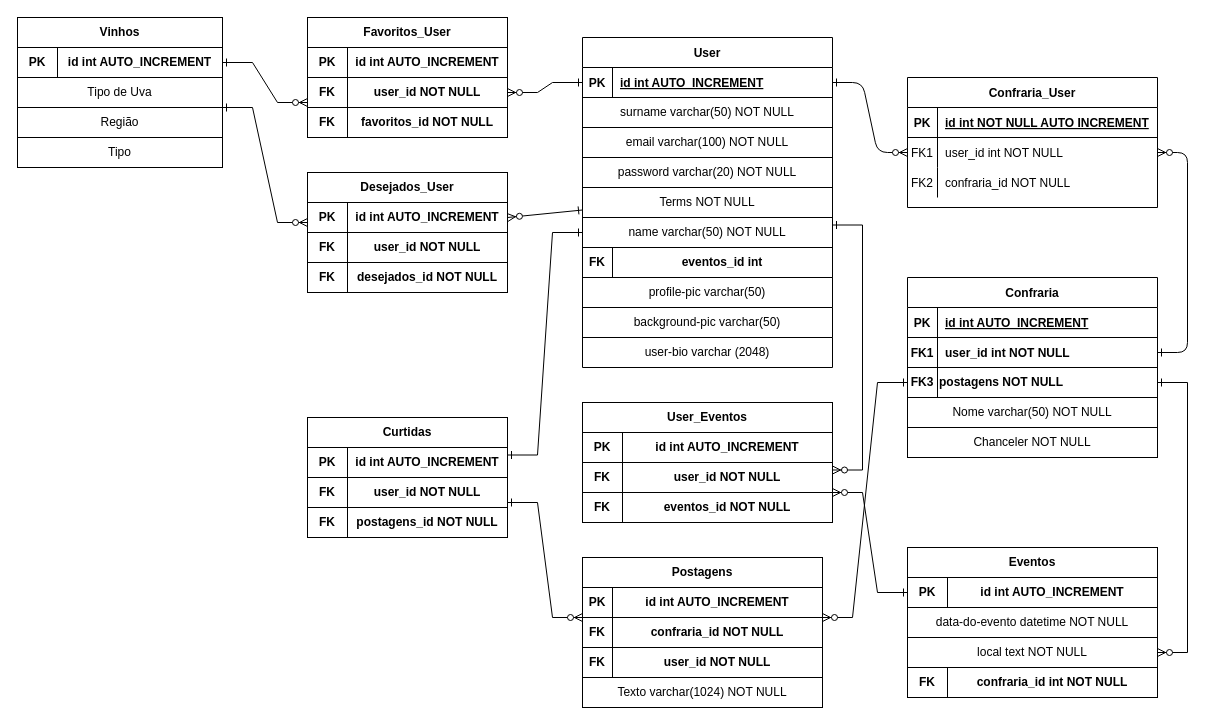
This is ModeloBancoDeDados.drawio from jairocket/projetoIntegrador-Wined, a draw.io file, before an edit. Source tidied: cells renumbered, new cells numbered last; positions are measured from the earlier drawing's top-left corner, leaving out a move shared by most shapes. Both pictures are drawn from the tidied source at 100%, with x=0, y=0 at pixel (17, 17).
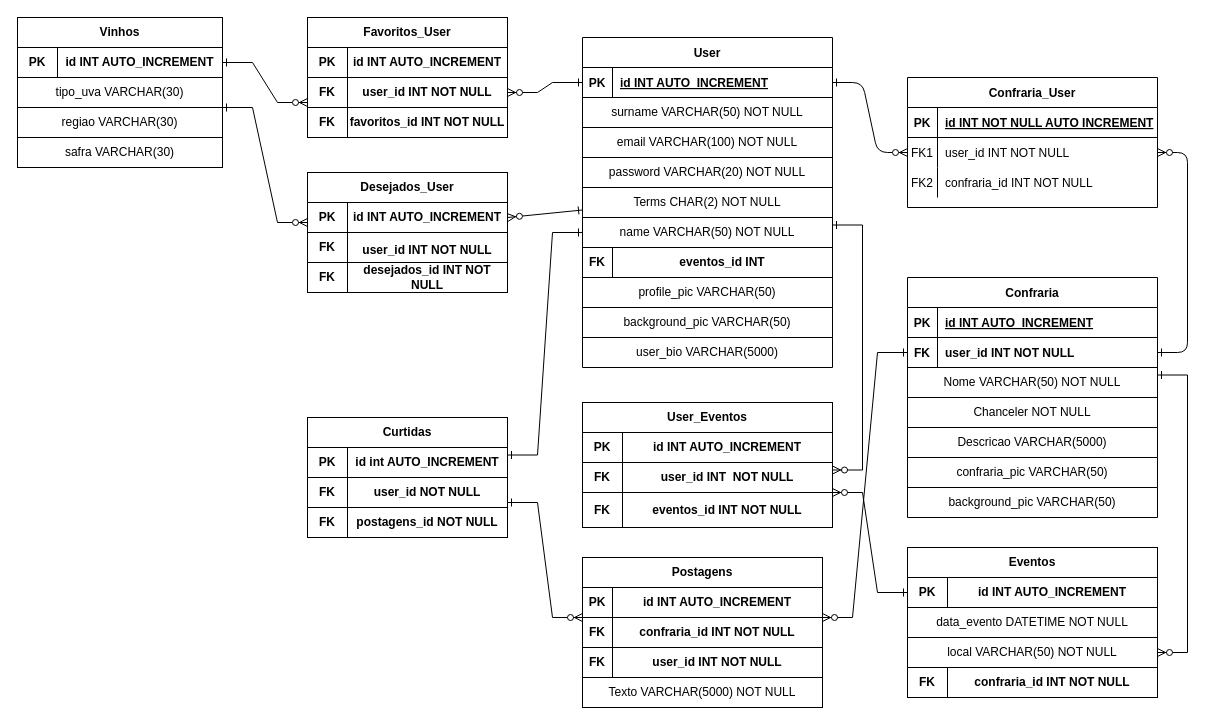
After the change.

The change refers to these unchanged cells:
```xml
<mxCell id="4" style="shape=partialRectangle;fillColor=none;top=0;left=0;right=0;bottom=1;" parent="3" vertex="1">
  <mxGeometry y="30" width="250" height="30" as="geometry" />
</mxCell>
<mxCell id="7" style="shape=partialRectangle;fillColor=none;points=[[0,0.5],[1,0.5]];portConstraint=eastwest;top=0;left=0;right=0;bottom=0;" parent="3" vertex="1">
  <mxGeometry y="60" width="250" height="30" as="geometry" />
</mxCell>
<mxCell id="10" style="shape=partialRectangle;fillColor=none;top=0;left=0;right=0;bottom=0;" parent="3" vertex="1">
  <mxGeometry y="90" width="250" height="30" as="geometry" />
</mxCell>
<mxCell id="14" style="shape=partialRectangle;fillColor=none;top=0;left=0;right=0;bottom=1;" parent="13" vertex="1">
  <mxGeometry y="30" width="250" height="30" as="geometry" />
</mxCell>
<mxCell id="17" style="shape=partialRectangle;fillColor=none;points=[[0,0.5],[1,0.5]];portConstraint=eastwest;top=0;left=0;right=0;bottom=0;" parent="13" vertex="1">
  <mxGeometry y="60" width="250" height="30" as="geometry" />
</mxCell>
<mxCell id="21" style="shape=partialRectangle;fillColor=none;points=[[0,0.5],[1,0.5]];portConstraint=eastwest;top=0;left=0;right=0;bottom=1;" parent="20" vertex="1">
  <mxGeometry y="30" width="250" height="30" as="geometry" />
</mxCell>
<mxCell id="101" style="shape=partialRectangle;html=1;whiteSpace=wrap;fillColor=none;top=0;left=0;bottom=0;right=0;" parent="100" vertex="1">
  <mxGeometry width="250" height="30" as="geometry" />
</mxCell>
<mxCell id="105" style="shape=partialRectangle;html=1;whiteSpace=wrap;fillColor=none;top=0;left=0;bottom=0;right=0;" parent="104" vertex="1">
  <mxGeometry width="250" height="30" as="geometry" />
</mxCell>
<mxCell id="108" style="shape=partialRectangle;html=1;whiteSpace=wrap;fillColor=none;top=0;left=0;bottom=0;right=0;" parent="107" vertex="1">
  <mxGeometry width="250" height="30" as="geometry" />
</mxCell>
```

What changed in the source:
```diff
@@
-    <mxCell id="6" value="id int NOT NULL AUTO INCREMENT " style="shape=partialRectangle;overflow=hidden;fillColor=none;top=0;left=0;bottom=0;right=0;align=left;spacingLeft=6;fontStyle=5;" parent="4" vertex="1">
+    <mxCell id="6" value="id INT NOT NULL AUTO INCREMENT " style="shape=partialRectangle;overflow=hidden;fillColor=none;top=0;left=0;bottom=0;right=0;align=left;spacingLeft=6;fontStyle=5;" parent="4" vertex="1">
       <mxGeometry x="30" width="220" height="30" as="geometry" />
     </mxCell>
@@
-    <mxCell id="9" value="user_id int NOT NULL" style="shape=partialRectangle;overflow=hidden;fillColor=none;top=0;left=0;bottom=0;right=0;align=left;spacingLeft=6;" parent="7" vertex="1">
+    <mxCell id="9" value="user_id INT NOT NULL" style="shape=partialRectangle;overflow=hidden;fillColor=none;top=0;left=0;bottom=0;right=0;align=left;spacingLeft=6;" parent="7" vertex="1">
       <mxGeometry x="30" width="220" height="30" as="geometry" />
     </mxCell>
@@
-    <mxCell id="12" value="confraria_id NOT NULL" style="shape=partialRectangle;overflow=hidden;fillColor=none;top=0;left=0;bottom=0;right=0;align=left;spacingLeft=6;" parent="10" vertex="1">
+    <mxCell id="12" value="confraria_id INT NOT NULL" style="shape=partialRectangle;overflow=hidden;fillColor=none;top=0;left=0;bottom=0;right=0;align=left;spacingLeft=6;" parent="10" vertex="1">
       <mxGeometry x="30" width="220" height="30" as="geometry" />
     </mxCell>
@@
-    <mxCell id="16" value="id int AUTO_INCREMENT " style="shape=partialRectangle;overflow=hidden;fillColor=none;top=0;left=0;bottom=0;right=0;align=left;spacingLeft=6;fontStyle=5;" parent="14" vertex="1">
+    <mxCell id="16" value="id INT AUTO_INCREMENT " style="shape=partialRectangle;overflow=hidden;fillColor=none;top=0;left=0;bottom=0;right=0;align=left;spacingLeft=6;fontStyle=5;" parent="14" vertex="1">
       <mxGeometry x="30" width="220" height="30" as="geometry" />
     </mxCell>
@@
-    <mxCell id="18" value="FK1" style="shape=partialRectangle;overflow=hidden;fillColor=none;top=0;left=0;bottom=0;right=0;fontStyle=1;" parent="17" vertex="1">
+    <mxCell id="18" value="FK" style="shape=partialRectangle;overflow=hidden;fillColor=none;top=0;left=0;bottom=0;right=0;fontStyle=1;" parent="17" vertex="1">
       <mxGeometry width="30" height="30" as="geometry" />
     </mxCell>
-    <mxCell id="19" value="user_id int NOT NULL" style="shape=partialRectangle;overflow=hidden;fillColor=none;top=0;left=0;bottom=0;right=0;align=left;spacingLeft=6;fontStyle=1;" parent="17" vertex="1">
+    <mxCell id="19" value="user_id INT NOT NULL" style="shape=partialRectangle;overflow=hidden;fillColor=none;top=0;left=0;bottom=0;right=0;align=left;spacingLeft=6;fontStyle=1;" parent="17" vertex="1">
       <mxGeometry x="30" width="220" height="30" as="geometry" />
     </mxCell>
@@
-    <mxCell id="23" value="id int AUTO_INCREMENT " style="shape=partialRectangle;overflow=hidden;fillColor=none;top=0;left=0;bottom=0;right=0;align=left;spacingLeft=6;fontStyle=5;" parent="21" vertex="1">
+    <mxCell id="23" value="id INT AUTO_INCREMENT " style="shape=partialRectangle;overflow=hidden;fillColor=none;top=0;left=0;bottom=0;right=0;align=left;spacingLeft=6;fontStyle=5;" parent="21" vertex="1">
       <mxGeometry x="30" width="220" height="30" as="geometry" />
     </mxCell>
@@
-    <mxCell id="28" value="surname varchar(50) NOT NULL" style="rounded=0;whiteSpace=wrap;html=1;" parent="1" vertex="1">
+    <mxCell id="28" value="surname VARCHAR(50) NOT NULL" style="rounded=0;whiteSpace=wrap;html=1;" parent="1" vertex="1">
       <mxGeometry x="565" y="80" width="250" height="30" as="geometry" />
     </mxCell>
-    <mxCell id="29" value="email varchar(100) NOT NULL" style="rounded=0;whiteSpace=wrap;html=1;" parent="1" vertex="1">
+    <mxCell id="29" value="email VARCHAR(100) NOT NULL" style="rounded=0;whiteSpace=wrap;html=1;" parent="1" vertex="1">
       <mxGeometry x="565" y="110" width="250" height="30" as="geometry" />
     </mxCell>
-    <mxCell id="30" value="password varchar(20) NOT NULL" style="rounded=0;whiteSpace=wrap;html=1;" parent="1" vertex="1">
+    <mxCell id="30" value="password VARCHAR(20) NOT NULL" style="rounded=0;whiteSpace=wrap;html=1;" parent="1" vertex="1">
       <mxGeometry x="565" y="140" width="250" height="30" as="geometry" />
     </mxCell>
-    <mxCell id="31" value="Terms NOT NULL" style="rounded=0;whiteSpace=wrap;html=1;" parent="1" vertex="1">
+    <mxCell id="31" value="Terms CHAR(2) NOT NULL" style="rounded=0;whiteSpace=wrap;html=1;" parent="1" vertex="1">
       <mxGeometry x="565" y="170" width="250" height="30" as="geometry" />
     </mxCell>
-    <mxCell id="32" value="&lt;div align=&quot;left&quot;&gt;&lt;b&gt;postagens NOT NULL&lt;/b&gt;&lt;/div&gt;" style="rounded=0;whiteSpace=wrap;html=1;align=left;" parent="1" vertex="1">
-      <mxGeometry x="920" y="350" width="220" height="30" as="geometry" />
-    </mxCell>
@@
-    <mxCell id="35" value="&lt;b&gt;id int AUTO_INCREMENT&lt;/b&gt;" style="rounded=0;whiteSpace=wrap;html=1;" parent="1" vertex="1">
+    <mxCell id="35" value="&lt;b&gt;id INT AUTO_INCREMENT&lt;/b&gt;" style="rounded=0;whiteSpace=wrap;html=1;" parent="1" vertex="1">
       <mxGeometry x="930" y="560" width="210" height="30" as="geometry" />
     </mxCell>
-    <mxCell id="36" value="data-do-evento datetime NOT NULL" style="rounded=0;whiteSpace=wrap;html=1;" parent="1" vertex="1">
+    <mxCell id="36" value="data_evento DATETIME NOT NULL" style="rounded=0;whiteSpace=wrap;html=1;" parent="1" vertex="1">
       <mxGeometry x="890" y="590" width="250" height="30" as="geometry" />
     </mxCell>
-    <mxCell id="37" value="local text NOT NULL" style="rounded=0;whiteSpace=wrap;html=1;" parent="1" vertex="1">
+    <mxCell id="37" value="local VARCHAR(50) NOT NULL" style="rounded=0;whiteSpace=wrap;html=1;" parent="1" vertex="1">
       <mxGeometry x="890" y="620" width="250" height="30" as="geometry" />
     </mxCell>
-    <mxCell id="38" value="&lt;b&gt;confraria_id int NOT NULL&lt;/b&gt;" style="rounded=0;whiteSpace=wrap;html=1;" parent="1" vertex="1">
+    <mxCell id="38" value="&lt;b&gt;confraria_id INT NOT NULL&lt;/b&gt;" style="rounded=0;whiteSpace=wrap;html=1;" parent="1" vertex="1">
       <mxGeometry x="930" y="650" width="210" height="30" as="geometry" />
     </mxCell>
@@
-    <mxCell id="42" value="&lt;b&gt;id int AUTO_INCREMENT &lt;/b&gt;" style="rounded=0;whiteSpace=wrap;html=1;" parent="1" vertex="1">
+    <mxCell id="42" value="&lt;b&gt;id INT AUTO_INCREMENT &lt;/b&gt;" style="rounded=0;whiteSpace=wrap;html=1;" parent="1" vertex="1">
       <mxGeometry x="40" y="30" width="165" height="30" as="geometry" />
     </mxCell>
-    <mxCell id="43" value="name varchar(50) NOT NULL" style="rounded=0;whiteSpace=wrap;html=1;" parent="1" vertex="1">
+    <mxCell id="43" value="name VARCHAR(50) NOT NULL" style="rounded=0;whiteSpace=wrap;html=1;" parent="1" vertex="1">
       <mxGeometry x="565" y="200" width="250" height="30" as="geometry" />
     </mxCell>
@@
-    <mxCell id="45" style="rounded=0;whiteSpace=wrap;html=1;" parent="1" vertex="1">
-      <mxGeometry x="890" y="350" width="30" height="30" as="geometry" />
-    </mxCell>
@@
-    <mxCell id="47" value="&lt;b&gt;id int AUTO_INCREMENT&lt;/b&gt;" style="rounded=0;whiteSpace=wrap;html=1;" parent="1" vertex="1">
+    <mxCell id="47" value="&lt;b&gt;id INT AUTO_INCREMENT&lt;/b&gt;" style="rounded=0;whiteSpace=wrap;html=1;" parent="1" vertex="1">
       <mxGeometry x="595" y="570" width="210" height="30" as="geometry" />
     </mxCell>
@@
-    <mxCell id="49" value="&lt;b&gt;user_id NOT NULL&lt;/b&gt;" style="rounded=0;whiteSpace=wrap;html=1;" parent="1" vertex="1">
+    <mxCell id="49" value="&lt;b&gt;user_id INT NOT NULL&lt;/b&gt;" style="rounded=0;whiteSpace=wrap;html=1;" parent="1" vertex="1">
       <mxGeometry x="595" y="630" width="210" height="30" as="geometry" />
     </mxCell>
@@
-    <mxCell id="51" value="&lt;b&gt;confraria_id NOT NULL&lt;/b&gt;" style="rounded=0;whiteSpace=wrap;html=1;" parent="1" vertex="1">
+    <mxCell id="51" value="&lt;b&gt;confraria_id INT NOT NULL&lt;/b&gt;" style="rounded=0;whiteSpace=wrap;html=1;" parent="1" vertex="1">
       <mxGeometry x="595" y="600" width="210" height="30" as="geometry" />
     </mxCell>
@@
-    <mxCell id="53" value="Texto varchar(1024) NOT NULL" style="rounded=0;whiteSpace=wrap;html=1;" parent="1" vertex="1">
+    <mxCell id="53" value="Texto VARCHAR(5000) NOT NULL" style="rounded=0;whiteSpace=wrap;html=1;" parent="1" vertex="1">
       <mxGeometry x="565" y="660" width="240" height="30" as="geometry" />
     </mxCell>
-    <mxCell id="54" value="&lt;b&gt;FK3&lt;/b&gt;" style="rounded=0;whiteSpace=wrap;html=1;" parent="1" vertex="1">
-      <mxGeometry x="890" y="350" width="30" height="30" as="geometry" />
-    </mxCell>
-    <mxCell id="55" value="Nome varchar(50) NOT NULL" style="rounded=0;whiteSpace=wrap;html=1;" parent="1" vertex="1">
-      <mxGeometry x="890" y="380" width="250" height="30" as="geometry" />
+    <mxCell id="55" value="Nome VARCHAR(50) NOT NULL" style="rounded=0;whiteSpace=wrap;html=1;" parent="1" vertex="1">
+      <mxGeometry x="890" y="350" width="250" height="30" as="geometry" />
     </mxCell>
     <mxCell id="56" value="Chanceler NOT NULL" style="rounded=0;whiteSpace=wrap;html=1;" parent="1" vertex="1">
-      <mxGeometry x="890" y="410" width="250" height="30" as="geometry" />
+      <mxGeometry x="890" y="380" width="250" height="30" as="geometry" />
     </mxCell>
@@
-    <mxCell id="64" style="edgeStyle=entityRelationEdgeStyle;fontSize=12;html=1;endArrow=ERzeroToMany;rounded=0;entryX=1;entryY=0.5;entryDx=0;entryDy=0;startArrow=ERone;startFill=0;exitX=1;exitY=0.5;exitDx=0;exitDy=0;endFill=1;" parent="1" edge="1" source="32" target="37">
+    <mxCell id="64" style="edgeStyle=entityRelationEdgeStyle;fontSize=12;html=1;endArrow=ERzeroToMany;rounded=0;entryX=1;entryY=0.5;entryDx=0;entryDy=0;startArrow=ERone;startFill=0;exitX=1;exitY=0.25;exitDx=0;exitDy=0;endFill=1;" parent="1" edge="1" source="55" target="37">
       <mxGeometry relative="1" as="geometry" />
     </mxCell>
-    <mxCell id="65" style="edgeStyle=entityRelationEdgeStyle;fontSize=12;html=1;endArrow=ERzeroToMany;rounded=0;entryX=1;entryY=0;entryDx=0;entryDy=0;startArrow=ERone;startFill=0;endFill=1;" parent="1" edge="1" source="45" target="51">
+    <mxCell id="65" style="edgeStyle=entityRelationEdgeStyle;fontSize=12;html=1;endArrow=ERzeroToMany;rounded=0;entryX=1;entryY=0;entryDx=0;entryDy=0;startArrow=ERone;startFill=0;endFill=1;exitX=0;exitY=0.5;exitDx=0;exitDy=0;" parent="1" edge="1" source="17" target="51">
       <mxGeometry relative="1" as="geometry" />
     </mxCell>
@@
-    <mxCell id="67" value="&lt;b&gt;id int AUTO_INCREMENT &lt;/b&gt;" style="rounded=0;whiteSpace=wrap;html=1;" parent="1" vertex="1">
+    <mxCell id="67" value="&lt;b&gt;id INT AUTO_INCREMENT &lt;/b&gt;" style="rounded=0;whiteSpace=wrap;html=1;" parent="1" vertex="1">
       <mxGeometry x="605" y="415" width="210" height="30" as="geometry" />
     </mxCell>
@@
-    <mxCell id="69" value="&lt;b&gt;user_id NOT NULL&lt;/b&gt;" style="rounded=0;whiteSpace=wrap;html=1;" parent="1" vertex="1">
+    <mxCell id="69" value="&lt;b&gt;user_id INT&amp;nbsp; NOT NULL&lt;/b&gt;" style="rounded=0;whiteSpace=wrap;html=1;" parent="1" vertex="1">
       <mxGeometry x="605" y="445" width="210" height="30" as="geometry" />
     </mxCell>
-    <mxCell id="70" value="&lt;b&gt;eventos_id NOT NULL&lt;/b&gt;" style="rounded=0;whiteSpace=wrap;html=1;" parent="1" vertex="1">
-      <mxGeometry x="605" y="475" width="210" height="30" as="geometry" />
+    <mxCell id="70" value="&lt;b&gt;eventos_id INT NOT NULL&lt;/b&gt;" style="rounded=0;whiteSpace=wrap;html=1;" parent="1" vertex="1">
+      <mxGeometry x="605" y="475" width="210" height="35" as="geometry" />
     </mxCell>
@@
     <mxCell id="72" value="&lt;b&gt;FK&lt;/b&gt;" style="rounded=0;whiteSpace=wrap;html=1;" parent="1" vertex="1">
-      <mxGeometry x="565" y="475" width="40" height="30" as="geometry" />
+      <mxGeometry x="565" y="475" width="40" height="35" as="geometry" />
     </mxCell>
-    <mxCell id="73" value="&lt;b&gt;eventos_id int&lt;/b&gt;" style="rounded=0;whiteSpace=wrap;html=1;" parent="1" vertex="1">
+    <mxCell id="73" value="&lt;b&gt;eventos_id INT&lt;/b&gt;" style="rounded=0;whiteSpace=wrap;html=1;" parent="1" vertex="1">
       <mxGeometry x="595" y="230" width="220" height="30" as="geometry" />
     </mxCell>
@@
-    <mxCell id="81" value="&lt;b&gt;id int AUTO_INCREMENT &lt;/b&gt;" style="rounded=0;whiteSpace=wrap;html=1;" parent="1" vertex="1">
+    <mxCell id="81" value="&lt;b&gt;id INT AUTO_INCREMENT &lt;/b&gt;" style="rounded=0;whiteSpace=wrap;html=1;" parent="1" vertex="1">
       <mxGeometry x="330" y="185" width="160" height="30" as="geometry" />
     </mxCell>
@@
-    <mxCell id="83" value="&lt;b&gt;user_id NOT NULL&lt;/b&gt;" style="rounded=0;whiteSpace=wrap;html=1;" parent="1" vertex="1">
-      <mxGeometry x="330" y="215" width="160" height="30" as="geometry" />
+    <mxCell id="83" value="&lt;b&gt;user_id INT NOT NULL&lt;/b&gt;" style="rounded=0;whiteSpace=wrap;html=1;" parent="1" vertex="1">
+      <mxGeometry x="330" y="215" width="160" height="35" as="geometry" />
     </mxCell>
-    <mxCell id="84" value="&lt;b&gt;desejados_id NOT NULL&lt;/b&gt;" style="rounded=0;whiteSpace=wrap;html=1;" parent="1" vertex="1">
+    <mxCell id="84" value="&lt;b&gt;desejados_id INT NOT NULL&lt;/b&gt;" style="rounded=0;whiteSpace=wrap;html=1;" parent="1" vertex="1">
       <mxGeometry x="330" y="245" width="160" height="30" as="geometry" />
     </mxCell>
@@
-    <mxCell id="88" value="&lt;b&gt;id int AUTO_INCREMENT &lt;/b&gt;" style="rounded=0;whiteSpace=wrap;html=1;" parent="1" vertex="1">
+    <mxCell id="88" value="&lt;b&gt;id INT AUTO_INCREMENT &lt;/b&gt;" style="rounded=0;whiteSpace=wrap;html=1;" parent="1" vertex="1">
       <mxGeometry x="330" y="30" width="160" height="30" as="geometry" />
     </mxCell>
@@
-    <mxCell id="90" value="&lt;b&gt;user_id NOT NULL&lt;/b&gt;" style="rounded=0;whiteSpace=wrap;html=1;" parent="1" vertex="1">
+    <mxCell id="90" value="&lt;b&gt;user_id INT NOT NULL&lt;/b&gt;" style="rounded=0;whiteSpace=wrap;html=1;" parent="1" vertex="1">
       <mxGeometry x="330" y="60" width="160" height="30" as="geometry" />
     </mxCell>
-    <mxCell id="91" value="&lt;b&gt;favoritos_id NOT NULL&lt;/b&gt;" style="rounded=0;whiteSpace=wrap;html=1;" parent="1" vertex="1">
+    <mxCell id="91" value="&lt;b&gt;favoritos_id INT NOT NULL&lt;/b&gt;" style="rounded=0;whiteSpace=wrap;html=1;" parent="1" vertex="1">
       <mxGeometry x="330" y="90" width="160" height="30" as="geometry" />
     </mxCell>
@@
-    <mxCell id="97" value="Tipo de Uva" style="rounded=0;whiteSpace=wrap;html=1;" parent="1" vertex="1">
+    <mxCell id="97" value="tipo_uva VARCHAR(30)" style="rounded=0;whiteSpace=wrap;html=1;" parent="1" vertex="1">
       <mxGeometry y="60" width="205" height="30" as="geometry" />
     </mxCell>
-    <mxCell id="98" value="Região" style="rounded=0;whiteSpace=wrap;html=1;" parent="1" vertex="1">
+    <mxCell id="98" value="regiao VARCHAR(30)" style="rounded=0;whiteSpace=wrap;html=1;" parent="1" vertex="1">
       <mxGeometry y="90" width="205" height="30" as="geometry" />
     </mxCell>
-    <mxCell id="99" value="Tipo" style="rounded=0;whiteSpace=wrap;html=1;" parent="1" vertex="1">
+    <mxCell id="99" value="safra VARCHAR(30)" style="rounded=0;whiteSpace=wrap;html=1;" parent="1" vertex="1">
       <mxGeometry y="120" width="205" height="30" as="geometry" />
     </mxCell>
@@
-    <mxCell id="102" value="profile-pic varchar(50)" style="shape=partialRectangle;html=1;whiteSpace=wrap;overflow=hidden;fillColor=none;top=0;left=0;bottom=0;right=0;" parent="101" vertex="1">
+    <mxCell id="102" value="profile_pic VARCHAR(50)" style="shape=partialRectangle;html=1;whiteSpace=wrap;overflow=hidden;fillColor=none;top=0;left=0;bottom=0;right=0;" parent="101" vertex="1">
       <mxGeometry width="250" height="30" as="geometry" />
     </mxCell>
@@
-    <mxCell id="106" value="background-pic varchar(50)" style="shape=partialRectangle;html=1;whiteSpace=wrap;overflow=hidden;fillColor=none;top=0;left=0;bottom=0;right=0;" parent="105" vertex="1">
+    <mxCell id="106" value="background_pic VARCHAR(50)" style="shape=partialRectangle;html=1;whiteSpace=wrap;overflow=hidden;fillColor=none;top=0;left=0;bottom=0;right=0;" parent="105" vertex="1">
       <mxGeometry width="250" height="30" as="geometry" />
     </mxCell>
@@
-    <mxCell id="109" value="user-bio varchar (2048)" style="shape=partialRectangle;html=1;whiteSpace=wrap;overflow=hidden;fillColor=none;top=0;left=0;bottom=0;right=0;" parent="108" vertex="1">
+    <mxCell id="109" value="user_bio VARCHAR(5000)" style="shape=partialRectangle;html=1;whiteSpace=wrap;overflow=hidden;fillColor=none;top=0;left=0;bottom=0;right=0;" parent="108" vertex="1">
       <mxGeometry width="250" height="30" as="geometry" />
     </mxCell>
+    <mxCell id="110" style="shape=table;html=1;whiteSpace=wrap;startSize=0;childLayout=tableLayout;" parent="1" vertex="1">
+      <mxGeometry x="890" y="410" width="250" height="30" as="geometry" />
+    </mxCell>
+    <mxCell id="111" style="shape=partialRectangle;html=1;whiteSpace=wrap;fillColor=none;top=0;left=0;bottom=0;right=0;" parent="110" vertex="1">
+      <mxGeometry width="250" height="30" as="geometry" />
+    </mxCell>
+    <mxCell id="112" value="Descricao VARCHAR(5000)" style="shape=partialRectangle;html=1;whiteSpace=wrap;overflow=hidden;fillColor=none;top=0;left=0;bottom=0;right=0;" parent="111" vertex="1">
+      <mxGeometry width="250" height="30" as="geometry" />
+    </mxCell>
+    <mxCell id="113" style="shape=table;html=1;whiteSpace=wrap;startSize=0;childLayout=tableLayout;" parent="1" vertex="1">
+      <mxGeometry x="890" y="440" width="250" height="30" as="geometry" />
+    </mxCell>
+    <mxCell id="114" style="shape=partialRectangle;html=1;whiteSpace=wrap;fillColor=none;top=0;left=0;bottom=0;right=0;" parent="113" vertex="1">
+      <mxGeometry width="250" height="30" as="geometry" />
+    </mxCell>
+    <mxCell id="115" value="confraria_pic VARCHAR(50)" style="shape=partialRectangle;html=1;whiteSpace=wrap;overflow=hidden;fillColor=none;top=0;left=0;bottom=0;right=0;" parent="114" vertex="1">
+      <mxGeometry width="250" height="30" as="geometry" />
+    </mxCell>
+    <mxCell id="116" style="shape=table;html=1;whiteSpace=wrap;startSize=0;childLayout=tableLayout;" parent="1" vertex="1">
+      <mxGeometry x="890" y="470" width="250" height="30" as="geometry" />
+    </mxCell>
+    <mxCell id="117" style="shape=partialRectangle;html=1;whiteSpace=wrap;fillColor=none;top=0;left=0;bottom=0;right=0;" parent="116" vertex="1">
+      <mxGeometry width="250" height="30" as="geometry" />
+    </mxCell>
+    <mxCell id="118" value="background_pic VARCHAR(50)" style="shape=partialRectangle;html=1;whiteSpace=wrap;overflow=hidden;fillColor=none;top=0;left=0;bottom=0;right=0;" parent="117" vertex="1">
+      <mxGeometry width="250" height="30" as="geometry" />
+    </mxCell>
```
